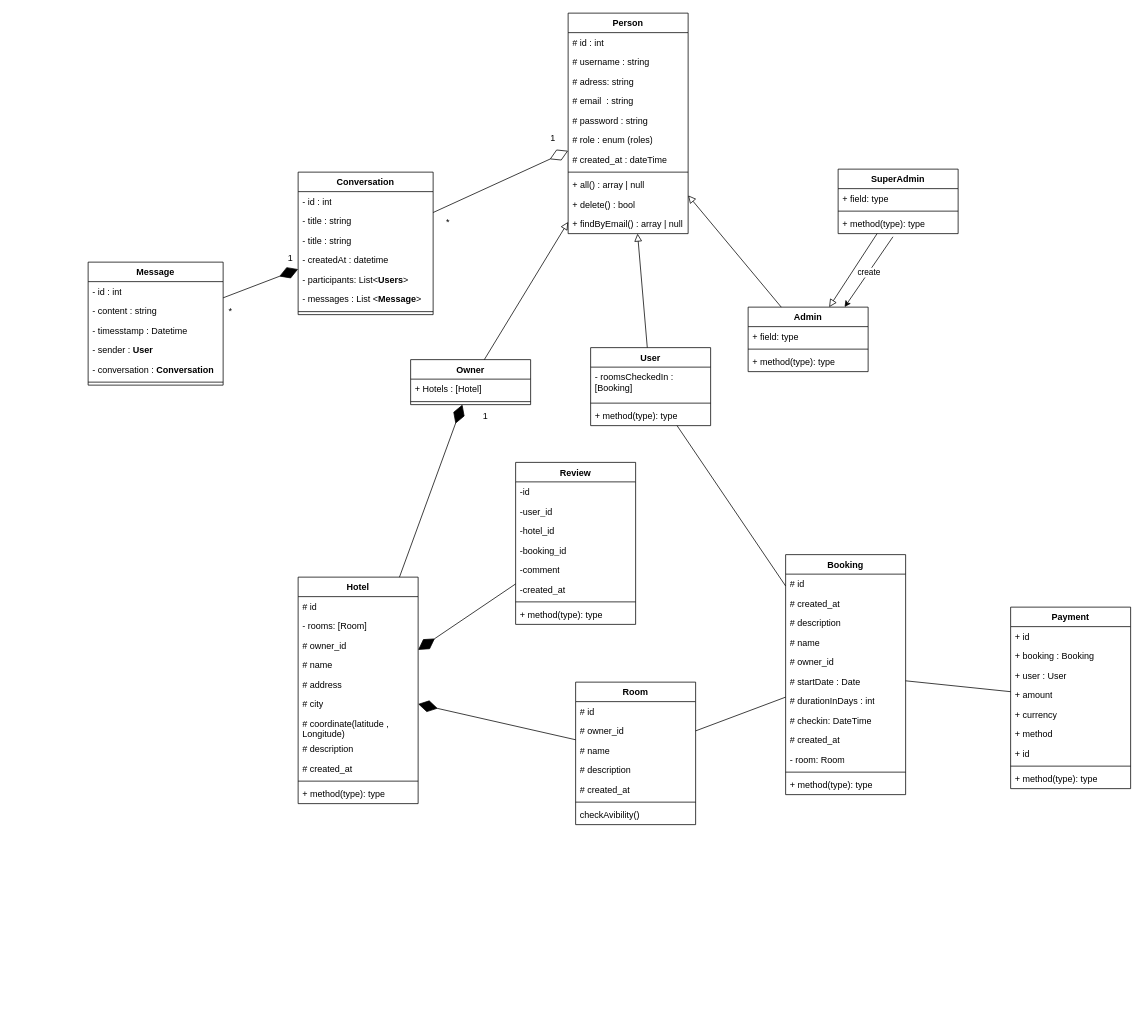
Earlier version of the draw.io diagram Conception UML/Class diagram.drawio (mohammed-ali-boutaine/hotel-system). Source tidied: cells renumbered, new cells numbered last; positions are measured from the earlier drawing's top-left corner, leaving out a move shared by most shapes. Both pictures are drawn from the tidied source at 75%, with x=0, y=0 at pixel (88, 13).
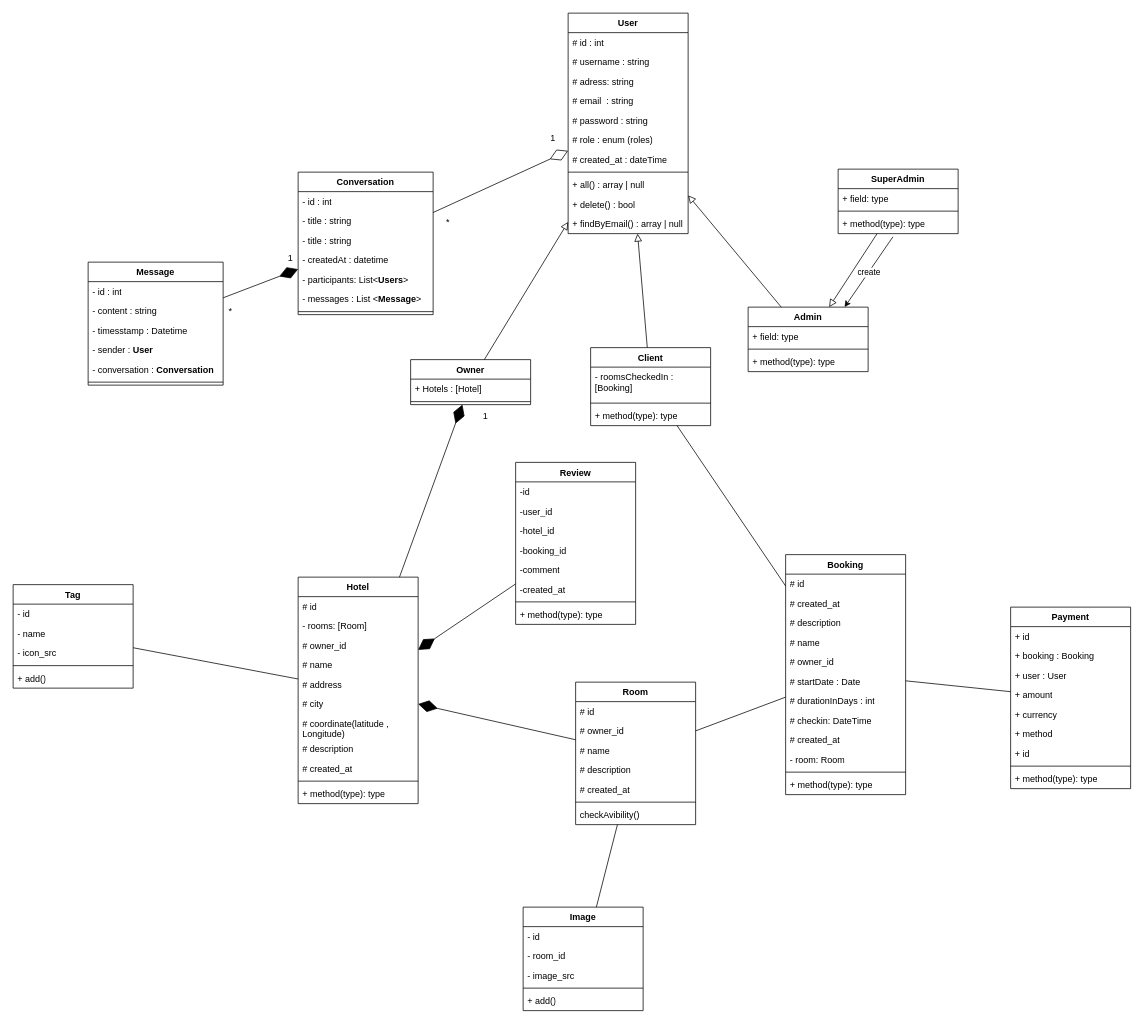
After the change.

Unchanged cells that the change refers to:
```xml
<mxCell id="2" value="Hotel" style="swimlane;fontStyle=1;align=center;verticalAlign=top;horizontal=1;startSize=26;whiteSpace=wrap;html=1;" parent="1" vertex="1">
  <mxGeometry x="280" y="752" width="160" height="302" as="geometry" />
</mxCell>
<mxCell id="14" value="Room" style="swimlane;fontStyle=1;align=center;verticalAlign=top;horizontal=1;startSize=26;whiteSpace=wrap;html=1;" parent="1" vertex="1">
  <mxGeometry x="650" y="892" width="160" height="190" as="geometry" />
</mxCell>
```

The edit, as a diff of the source:
```diff
@@
-    <mxCell id="35" value="Person" style="swimlane;fontStyle=1;align=center;verticalAlign=top;horizontal=1;startSize=26;whiteSpace=wrap;html=1;" parent="1" vertex="1">
+    <mxCell id="35" value="User" style="swimlane;fontStyle=1;align=center;verticalAlign=top;horizontal=1;startSize=26;whiteSpace=wrap;html=1;" parent="1" vertex="1">
       <mxGeometry x="640" width="160" height="294" as="geometry" />
     </mxCell>
@@
-    <mxCell id="54" value="User" style="swimlane;fontStyle=1;align=center;verticalAlign=top;horizontal=1;startSize=26;whiteSpace=wrap;html=1;" parent="1" vertex="1">
+    <mxCell id="54" value="Client" style="swimlane;fontStyle=1;align=center;verticalAlign=top;horizontal=1;startSize=26;whiteSpace=wrap;html=1;" parent="1" vertex="1">
       <mxGeometry x="670" y="446" width="160" height="104" as="geometry" />
     </mxCell>
@@
+    <mxCell id="119" value="Tag" style="swimlane;fontStyle=1;align=center;verticalAlign=top;horizontal=1;startSize=26;whiteSpace=wrap;html=1;" parent="1" vertex="1">
+      <mxGeometry x="-100" y="762" width="160" height="138" as="geometry" />
+    </mxCell>
+    <mxCell id="120" value="&lt;div&gt;- id&lt;/div&gt;" style="text;strokeColor=none;fillColor=none;align=left;verticalAlign=top;spacingLeft=4;spacingRight=4;overflow=hidden;whiteSpace=wrap;html=1;" parent="119" vertex="1">
+      <mxGeometry y="26" width="160" height="26" as="geometry" />
+    </mxCell>
+    <mxCell id="121" value="- name" style="text;strokeColor=none;fillColor=none;align=left;verticalAlign=top;spacingLeft=4;spacingRight=4;overflow=hidden;whiteSpace=wrap;html=1;" parent="119" vertex="1">
+      <mxGeometry y="52" width="160" height="26" as="geometry" />
+    </mxCell>
+    <mxCell id="122" value="- icon_src" style="text;strokeColor=none;fillColor=none;align=left;verticalAlign=top;spacingLeft=4;spacingRight=4;overflow=hidden;whiteSpace=wrap;html=1;" parent="119" vertex="1">
+      <mxGeometry y="78" width="160" height="26" as="geometry" />
+    </mxCell>
+    <mxCell id="123" style="line;strokeWidth=1;fillColor=none;align=left;verticalAlign=middle;spacingTop=-1;spacingLeft=3;spacingRight=3;labelPosition=right;strokeColor=inherit;" parent="119" vertex="1">
+      <mxGeometry y="104" width="160" height="8" as="geometry" />
+    </mxCell>
+    <mxCell id="124" value="+ add()&lt;div&gt;&lt;br&gt;&lt;/div&gt;" style="text;strokeColor=none;fillColor=none;align=left;verticalAlign=top;spacingLeft=4;spacingRight=4;overflow=hidden;whiteSpace=wrap;html=1;" parent="119" vertex="1">
+      <mxGeometry y="112" width="160" height="26" as="geometry" />
+    </mxCell>
+    <mxCell id="125" style="endArrow=none;html=1;rounded=0;" parent="1" edge="1" source="2" target="119">
+      <mxGeometry relative="1" as="geometry" />
+    </mxCell>
+    <mxCell id="126" value="Image" style="swimlane;fontStyle=1;align=center;verticalAlign=top;horizontal=1;startSize=26;whiteSpace=wrap;html=1;" parent="1" vertex="1">
+      <mxGeometry x="580" y="1192" width="160" height="138" as="geometry" />
+    </mxCell>
+    <mxCell id="127" value="&lt;div&gt;- id&lt;/div&gt;" style="text;strokeColor=none;fillColor=none;align=left;verticalAlign=top;spacingLeft=4;spacingRight=4;overflow=hidden;whiteSpace=wrap;html=1;" parent="126" vertex="1">
+      <mxGeometry y="26" width="160" height="26" as="geometry" />
+    </mxCell>
+    <mxCell id="128" value="- room_id&amp;nbsp;" style="text;strokeColor=none;fillColor=none;align=left;verticalAlign=top;spacingLeft=4;spacingRight=4;overflow=hidden;whiteSpace=wrap;html=1;" parent="126" vertex="1">
+      <mxGeometry y="52" width="160" height="26" as="geometry" />
+    </mxCell>
+    <mxCell id="129" value="- image_src" style="text;strokeColor=none;fillColor=none;align=left;verticalAlign=top;spacingLeft=4;spacingRight=4;overflow=hidden;whiteSpace=wrap;html=1;" parent="126" vertex="1">
+      <mxGeometry y="78" width="160" height="26" as="geometry" />
+    </mxCell>
+    <mxCell id="130" style="line;strokeWidth=1;fillColor=none;align=left;verticalAlign=middle;spacingTop=-1;spacingLeft=3;spacingRight=3;labelPosition=right;strokeColor=inherit;" parent="126" vertex="1">
+      <mxGeometry y="104" width="160" height="8" as="geometry" />
+    </mxCell>
+    <mxCell id="131" value="+ add()&lt;div&gt;&lt;br&gt;&lt;/div&gt;" style="text;strokeColor=none;fillColor=none;align=left;verticalAlign=top;spacingLeft=4;spacingRight=4;overflow=hidden;whiteSpace=wrap;html=1;" parent="126" vertex="1">
+      <mxGeometry y="112" width="160" height="26" as="geometry" />
+    </mxCell>
+    <mxCell id="132" style="endArrow=none;html=1;rounded=0;" parent="1" edge="1" source="126" target="14">
+      <mxGeometry relative="1" as="geometry" />
+    </mxCell>
```
